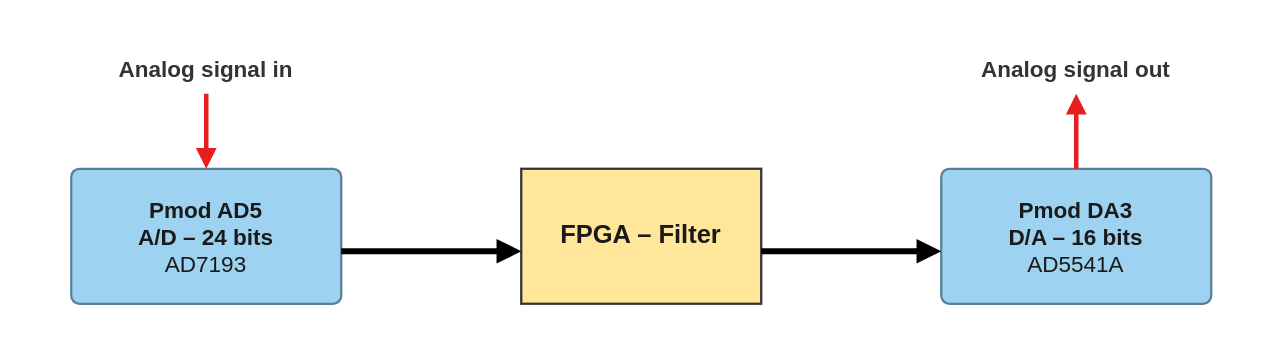
This is docs/img/general_schematic.drawio from MarcG-Digital-Design/fpga-signal-processing, a draw.io file, before an edit. Source tidied: cells renumbered, new cells numbered last; positions are measured from the earlier drawing's top-left corner, leaving out a move shared by most shapes. Both pictures are drawn from the tidied source at 150%, with x=0, y=0 at pixel (26, 26).
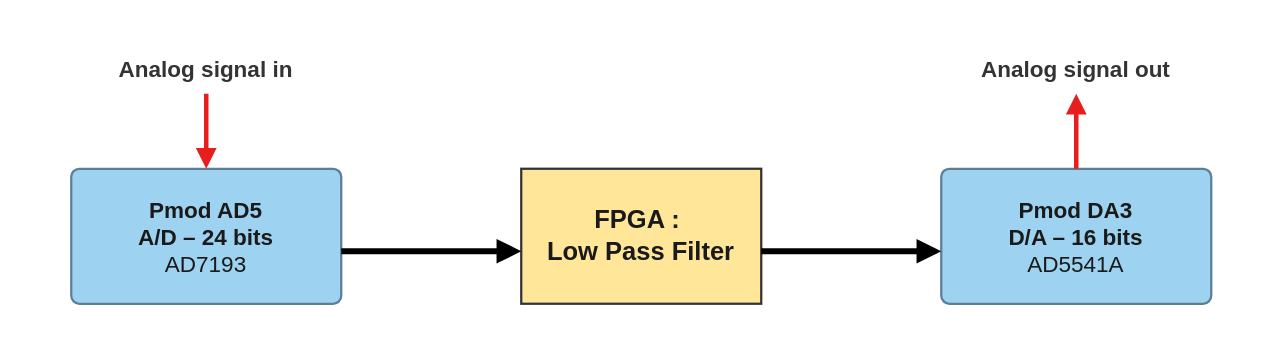
The same diagram, later.

Commit message (it also covers changes not shown here):
Update the schematic with filter in design

The edit, as a diff of the source:
```diff
@@
 <mxGraphModel background="#FFFFFF">
   <root>
     <mxCell id="0" />
     <mxCell id="1" parent="0" />
     <mxCell id="2" style="rounded=0;html=1;fillColor=#FFFFFF;strokeColor=none;" parent="1" vertex="1">
       <mxGeometry width="820" height="205" as="geometry" />
     </mxCell>
     <mxCell id="3" value="&lt;b&gt;Pmod AD5&lt;br&gt;A/D – 24 bits&lt;/b&gt;&lt;br&gt;AD7193" style="rounded=1;arcSize=6;whiteSpace=wrap;html=1;fillColor=#9DD3F0;strokeColor=#5B7F99;strokeWidth=1.5;fontSize=15;fontColor=#1A1A1A;" parent="1" vertex="1">
       <mxGeometry x="30" y="95" width="180" height="90" as="geometry" />
     </mxCell>
-    <mxCell id="4" value="FPGA – Filter" style="rounded=0;whiteSpace=wrap;html=1;fillColor=#FFE699;strokeColor=#333333;strokeWidth=1.5;fontSize=17;fontStyle=1;fontColor=#1A1A1A;" parent="1" vertex="1">
+    <mxCell id="4" value="FPGA :&amp;nbsp;&lt;div&gt;Low Pass Filter&lt;/div&gt;" style="rounded=0;whiteSpace=wrap;html=1;fillColor=#FFE699;strokeColor=#333333;strokeWidth=1.5;fontSize=17;fontStyle=1;fontColor=#1A1A1A;" parent="1" vertex="1">
       <mxGeometry x="330" y="95" width="160" height="90" as="geometry" />
     </mxCell>
     <mxCell id="5" value="&lt;b&gt;Pmod DA3&lt;br&gt;D/A – 16 bits&lt;/b&gt;&lt;br&gt;AD5541A" style="rounded=1;arcSize=6;whiteSpace=wrap;html=1;fillColor=#9DD3F0;strokeColor=#5B7F99;strokeWidth=1.5;fontSize=15;fontColor=#1A1A1A;" parent="1" vertex="1">
       <mxGeometry x="610" y="95" width="180" height="90" as="geometry" />
     </mxCell>
     <mxCell id="6" style="html=1;rounded=0;endArrow=block;endFill=1;strokeColor=#000000;strokeWidth=4;" parent="1" edge="1">
       <mxGeometry relative="1" as="geometry">
         <mxPoint x="210" y="150" as="sourcePoint" />
         <mxPoint x="330" y="150" as="targetPoint" />
       </mxGeometry>
     </mxCell>
     <mxCell id="7" style="html=1;rounded=0;endArrow=block;endFill=1;strokeColor=#000000;strokeWidth=4;" parent="1" edge="1">
       <mxGeometry relative="1" as="geometry">
         <mxPoint x="490" y="150" as="sourcePoint" />
         <mxPoint x="610" y="150" as="targetPoint" />
       </mxGeometry>
     </mxCell>
     <mxCell id="8" style="html=1;rounded=0;endArrow=block;endFill=1;strokeColor=#E81E1E;strokeWidth=3;" parent="1" edge="1">
       <mxGeometry relative="1" as="geometry">
         <mxPoint x="120" y="45" as="sourcePoint" />
         <mxPoint x="120" y="95" as="targetPoint" />
       </mxGeometry>
     </mxCell>
     <mxCell id="9" value="Analog signal in" style="text;html=1;strokeColor=none;fillColor=none;align=center;verticalAlign=middle;whiteSpace=wrap;fontSize=15;fontStyle=1;fontColor=#333333;" parent="1" vertex="1">
       <mxGeometry x="30" y="16" width="180" height="24" as="geometry" />
     </mxCell>
     <mxCell id="10" style="html=1;rounded=0;endArrow=block;endFill=1;strokeColor=#E81E1E;strokeWidth=3;" parent="1" edge="1">
       <mxGeometry relative="1" as="geometry">
         <mxPoint x="700" y="95" as="sourcePoint" />
         <mxPoint x="700" y="45" as="targetPoint" />
       </mxGeometry>
     </mxCell>
     <mxCell id="11" value="Analog signal out" style="text;html=1;strokeColor=none;fillColor=none;align=center;verticalAlign=middle;whiteSpace=wrap;fontSize=15;fontStyle=1;fontColor=#333333;" parent="1" vertex="1">
       <mxGeometry x="610" y="16" width="180" height="24" as="geometry" />
     </mxCell>
   </root>
 </mxGraphModel>
```
